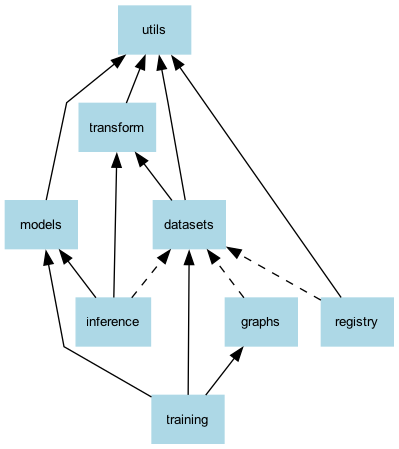
Above: docs/_static/dependencies.png in ecmwf/anemoi-docs (Graphviz), before the change. Its source is kept beside it as docs/schemas/dependencies.dot.
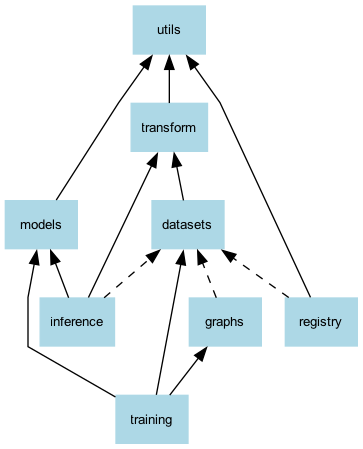
Above is the later version.

Diff of the diagram source:
```diff
@@ -16,8 +16,6 @@
     transform [URL="https://anemoi-transform.readthedocs.io/en/latest/", target="_blank"];
     utils [URL="https://anemoi-utils.readthedocs.io/en/latest/", target="_blank"];
 
-
-    datasets -> utils;
     graphs -> datasets [style=dashed];
     inference -> datasets [style=dashed];
     inference -> models;
@@ -31,4 +29,5 @@
     transform -> utils;
     training -> models;
 
+
 }
```
